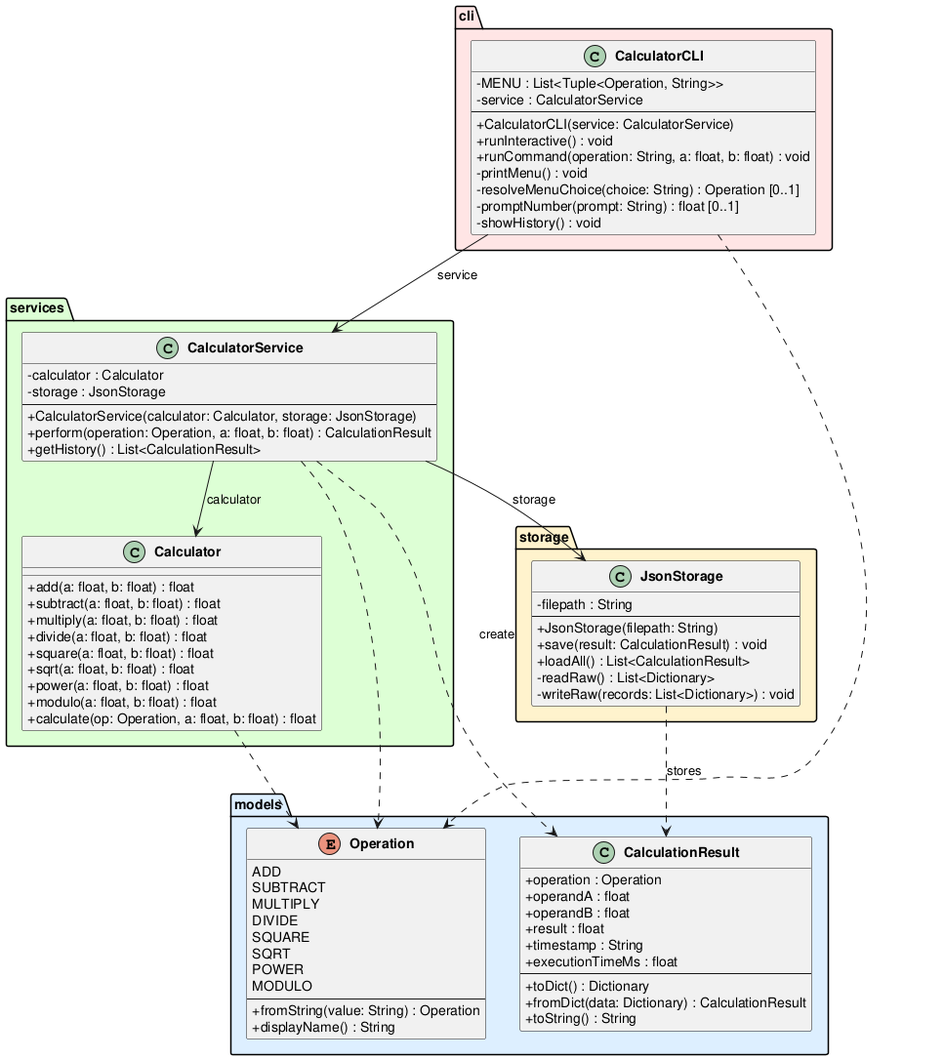
This is experiments/broadcast/structured_text/calculator/artifacts/class_diagram.png from DanielRiha8906/Software_autoevolution_using_agents, a PlantUML export, as it was before one commit.
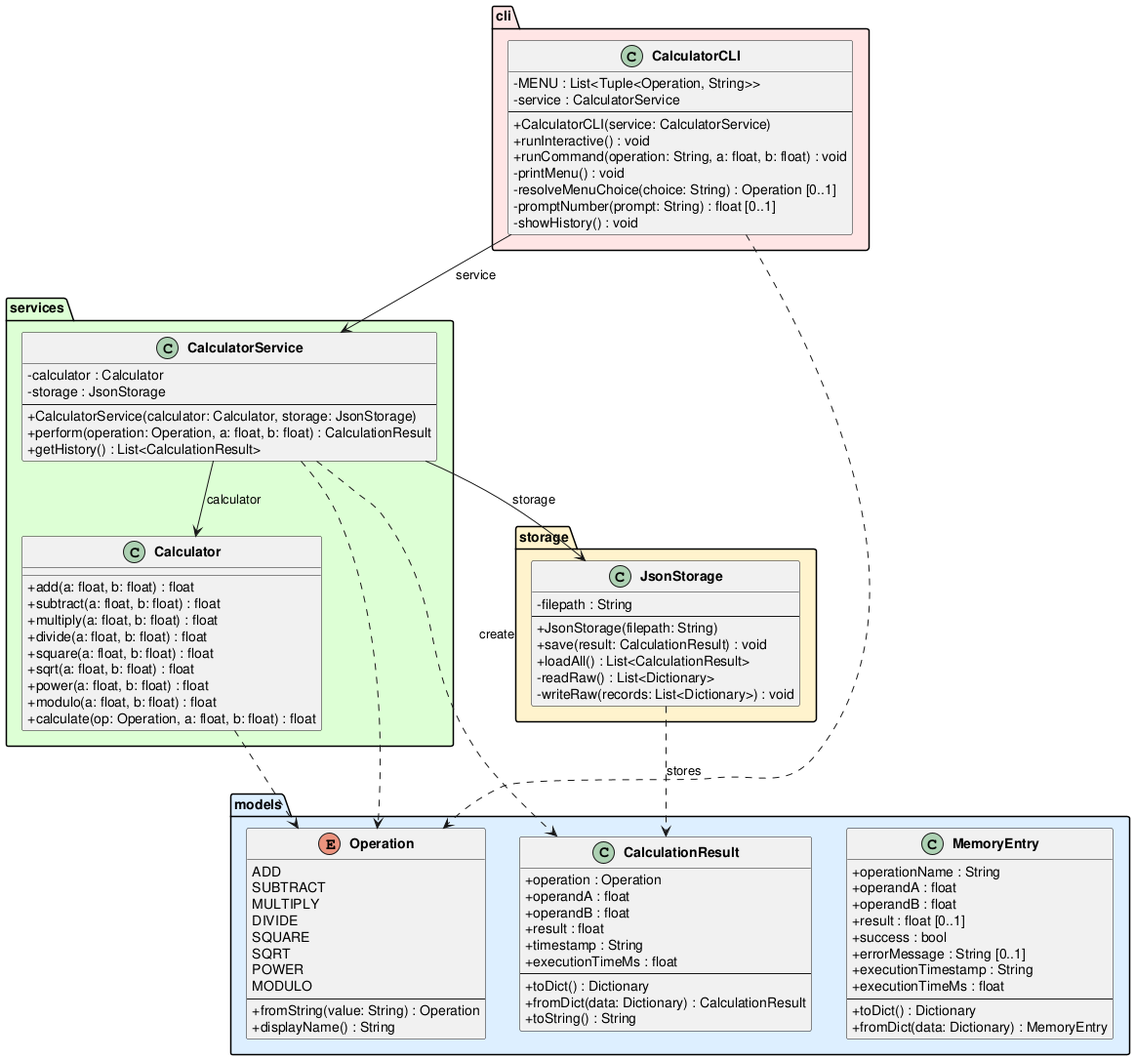
The same diagram one commit later.

What changed in the source:
```diff
@@ -29,6 +29,20 @@
         +toDict() : Dictionary
         +fromDict(data: Dictionary) : CalculationResult
         +toString() : String
+    }
+
+    class MemoryEntry {
+        +operationName : String
+        +operandA : float
+        +operandB : float
+        +result : float [0..1]
+        +success : bool
+        +errorMessage : String [0..1]
+        +executionTimestamp : String
+        +executionTimeMs : float
+        --
+        +toDict() : Dictionary
+        +fromDict(data: Dictionary) : MemoryEntry
     }
 }
 
```
